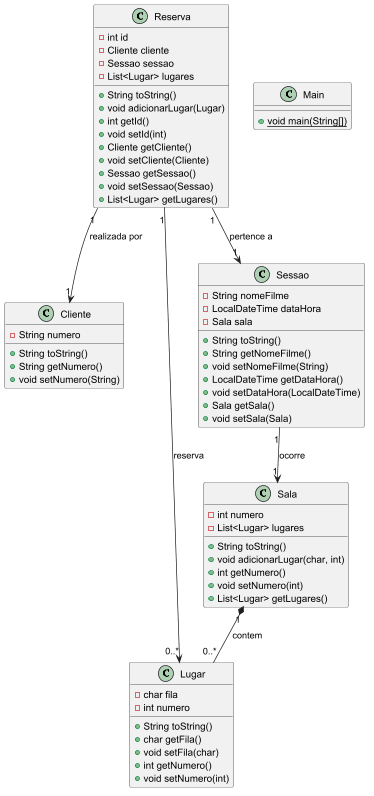
Earlier version of the PlantUML export Lab02 UML.png (dansoar-ips/TS.BS01.02). Source of this version:
```plantuml
@startuml

class Cliente {
  - String numero
  + String toString()
  + String getNumero()
  + void setNumero(String)
}

class Main {
  + {static} void main(String[])
}

class Lugar {
  - char fila
  - int numero
  + String toString()
  + char getFila()
  + void setFila(char)
  + int getNumero()
  + void setNumero(int)
}

class Reserva {
  - int id
  - Cliente cliente
  - Sessao sessao
  - List<Lugar> lugares
  + String toString()
  + void adicionarLugar(Lugar)
  + int getId()
  + void setId(int)
  + Cliente getCliente()
  + void setCliente(Cliente)
  + Sessao getSessao()
  + void setSessao(Sessao)
  + List<Lugar> getLugares()
}

class Sala {
  - int numero
  - List<Lugar> lugares
  + String toString()
  + void adicionarLugar(char, int)
  + int getNumero()
  + void setNumero(int)
  + List<Lugar> getLugares()
}

class Sessao {
  - String nomeFilme
  - LocalDateTime dataHora
  - Sala sala
  + String toString()
  + String getNomeFilme()
  + void setNomeFilme(String)
  + LocalDateTime getDataHora()
  + void setDataHora(LocalDateTime)
  + Sala getSala()
  + void setSala(Sala)
}


Sala "1" *-- "0..*" Lugar : contem

Sessao "1" --> "1" Sala : ocorre

Reserva "1" --> "1" Sessao : pertence a

Reserva "1" --> "1" Cliente : realizada por

Reserva "1" --> "0..*" Lugar : reserva

@enduml
```
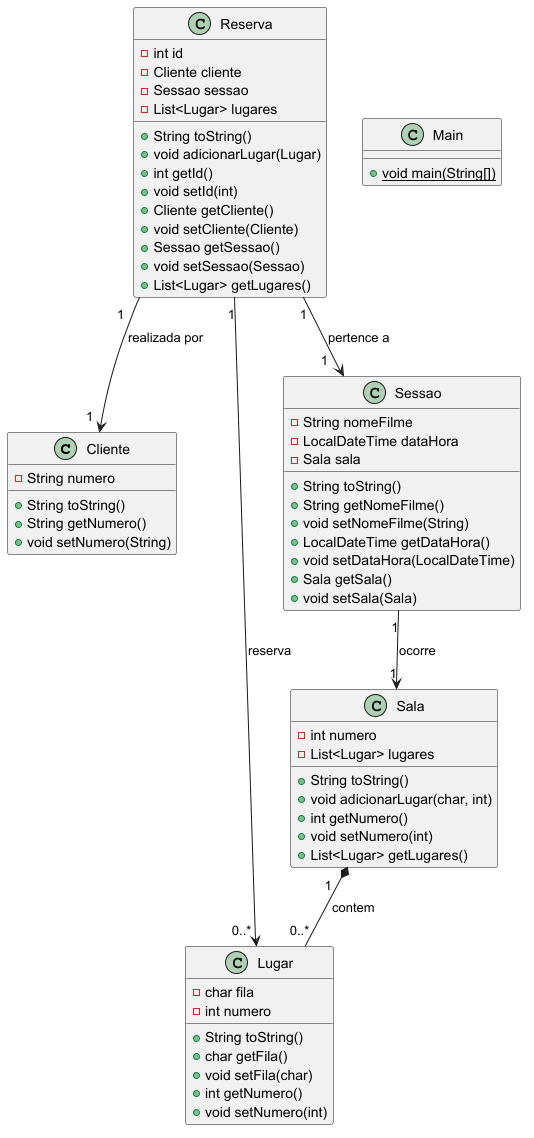
The same diagram one commit later.

Commit message:
Lab02 Fix do UML

corrigi os números do diagrama uml

Diff of the diagram source:
```diff
@@ -61,14 +61,15 @@
 }
 
 
-Sala "1" *-- "0..*" Lugar : contem
+
+Sala "1   " *-- "0..*" Lugar : contem
 
 Sessao "1" --> "1" Sala : ocorre
 
-Reserva "1" --> "1" Sessao : pertence a
+Reserva "1" --> "1   " Sessao : pertence a
 
-Reserva "1" --> "1" Cliente : realizada por
+Reserva "1   " --> "1  " Cliente : realizada por
 
-Reserva "1" --> "0..*" Lugar : reserva
+Reserva "1" --> "0..* " Lugar : reserva
 
 @enduml
```
